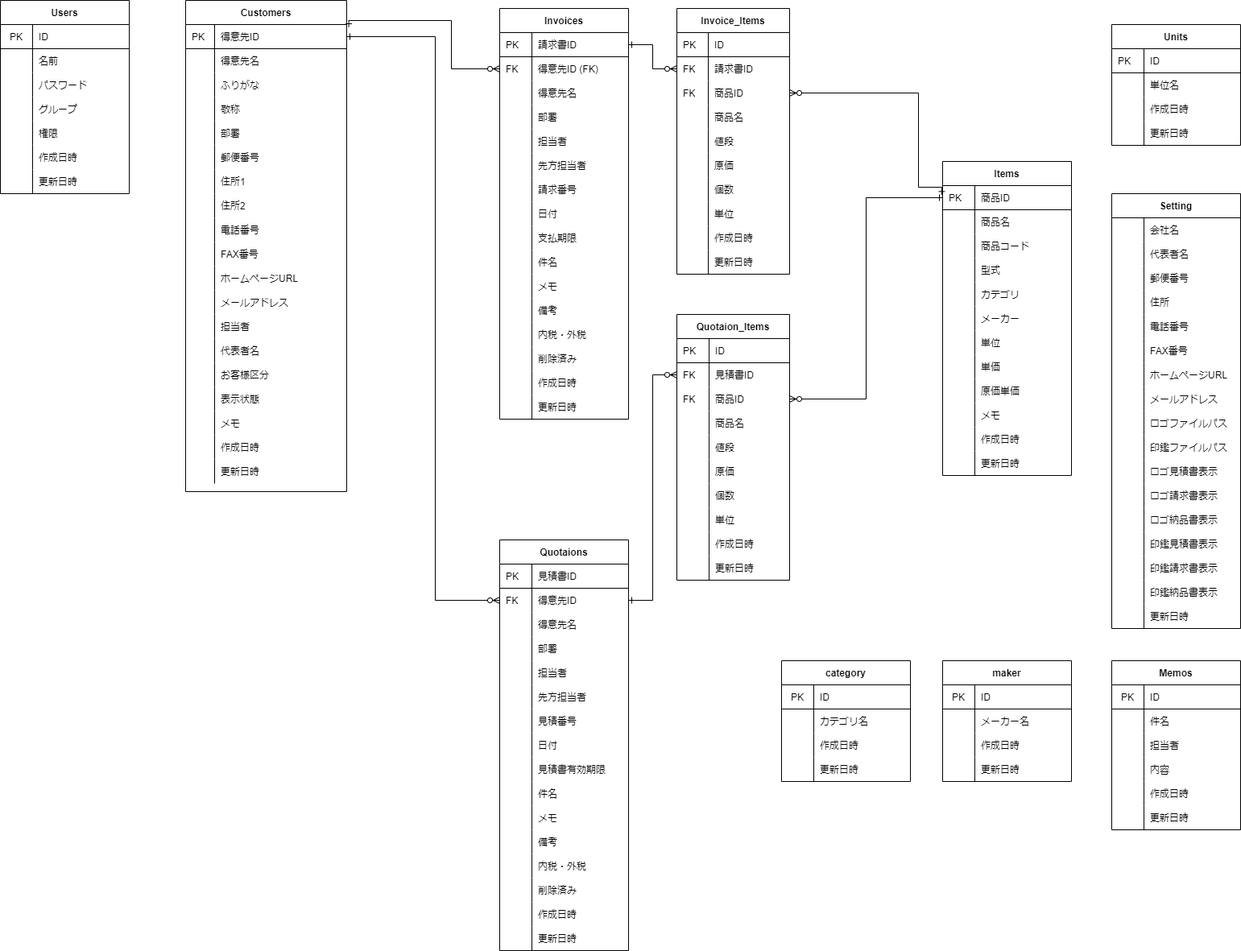
Before: soho_er.png, a diagram exported from draw.io (gamasenninn/caddie-clone). Source tidied: cells renumbered, new cells last; positions are measured from the earlier drawing's top-left corner, leaving out a move shared by most shapes.
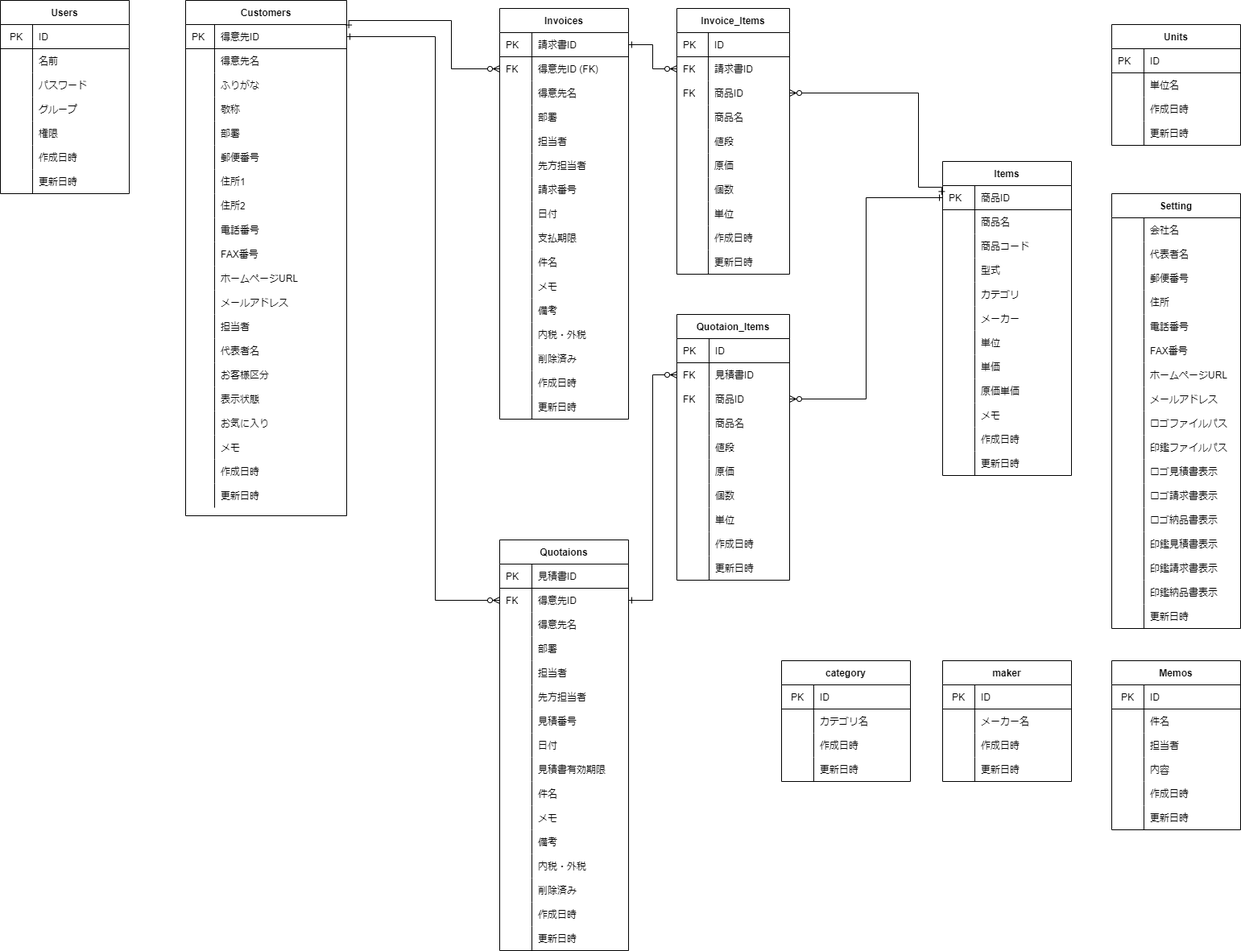
After the change.

What changed in the source:
```diff
@@ -3,7 +3,7 @@
     <mxCell id="0" />
     <mxCell id="1" parent="0" />
     <mxCell id="2" value="Customers" style="shape=table;startSize=30;rowLines=0;fontStyle=1;align=center;" parent="1" vertex="1">
-      <mxGeometry x="230" width="200" height="610" as="geometry" />
+      <mxGeometry x="230" width="200" height="640" as="geometry" />
     </mxCell>
     <mxCell id="3" style="shape=partialRectangle;html=1;whiteSpace=wrap;fillColor=none;top=0;left=0;bottom=1;right=0;points=[[0,0.5],[1,0.5]];portConstraint=eastwest;" parent="2" vertex="1">
       <mxGeometry y="30" width="200" height="30" as="geometry" />
@@ -149,8 +149,17 @@
     <mxCell id="50" value="表示状態" style="shape=partialRectangle;html=1;whiteSpace=wrap;fillColor=none;top=0;left=0;bottom=0;right=0;align=left;spacingLeft=6;overflow=hidden;" parent="48" vertex="1">
       <mxGeometry x="36" width="164" height="30" as="geometry" />
     </mxCell>
+    <mxCell id="395" style="shape=partialRectangle;html=1;whiteSpace=wrap;fillColor=none;top=0;left=0;bottom=0;right=0;" parent="2" vertex="1">
+      <mxGeometry y="510" width="200" height="30" as="geometry" />
+    </mxCell>
+    <mxCell id="396" style="shape=partialRectangle;html=1;whiteSpace=wrap;fillColor=none;top=0;left=0;bottom=0;right=0;align=left;spacingLeft=6;overflow=hidden;" parent="395" vertex="1">
+      <mxGeometry width="36" height="30" as="geometry" />
+    </mxCell>
+    <mxCell id="397" value="お気に入り" style="shape=partialRectangle;html=1;whiteSpace=wrap;fillColor=none;top=0;left=0;bottom=0;right=0;align=left;spacingLeft=6;overflow=hidden;" parent="395" vertex="1">
+      <mxGeometry x="36" width="164" height="30" as="geometry" />
+    </mxCell>
     <mxCell id="51" style="shape=partialRectangle;html=1;whiteSpace=wrap;fillColor=none;top=0;left=0;bottom=0;right=0;" parent="2" vertex="1">
-      <mxGeometry y="510" width="200" height="30" as="geometry" />
+      <mxGeometry y="540" width="200" height="30" as="geometry" />
     </mxCell>
     <mxCell id="52" style="shape=partialRectangle;html=1;whiteSpace=wrap;fillColor=none;top=0;left=0;bottom=0;right=0;align=left;spacingLeft=6;overflow=hidden;" parent="51" vertex="1">
       <mxGeometry width="36" height="30" as="geometry" />
@@ -159,7 +168,7 @@
       <mxGeometry x="36" width="164" height="30" as="geometry" />
     </mxCell>
     <mxCell id="54" style="shape=partialRectangle;html=1;whiteSpace=wrap;fillColor=none;top=0;left=0;bottom=0;right=0;" parent="2" vertex="1">
-      <mxGeometry y="540" width="200" height="30" as="geometry" />
+      <mxGeometry y="570" width="200" height="30" as="geometry" />
     </mxCell>
     <mxCell id="55" style="shape=partialRectangle;html=1;whiteSpace=wrap;fillColor=none;top=0;left=0;bottom=0;right=0;align=left;spacingLeft=6;overflow=hidden;" parent="54" vertex="1">
       <mxGeometry width="36" height="30" as="geometry" />
@@ -168,7 +177,7 @@
       <mxGeometry x="36" width="164" height="30" as="geometry" />
     </mxCell>
     <mxCell id="57" style="shape=partialRectangle;html=1;whiteSpace=wrap;fillColor=none;top=0;left=0;bottom=0;right=0;" parent="2" vertex="1">
-      <mxGeometry y="570" width="200" height="30" as="geometry" />
+      <mxGeometry y="600" width="200" height="30" as="geometry" />
     </mxCell>
     <mxCell id="58" style="shape=partialRectangle;html=1;whiteSpace=wrap;fillColor=none;top=0;left=0;bottom=0;right=0;align=left;spacingLeft=6;overflow=hidden;" parent="57" vertex="1">
       <mxGeometry width="36" height="30" as="geometry" />
```
